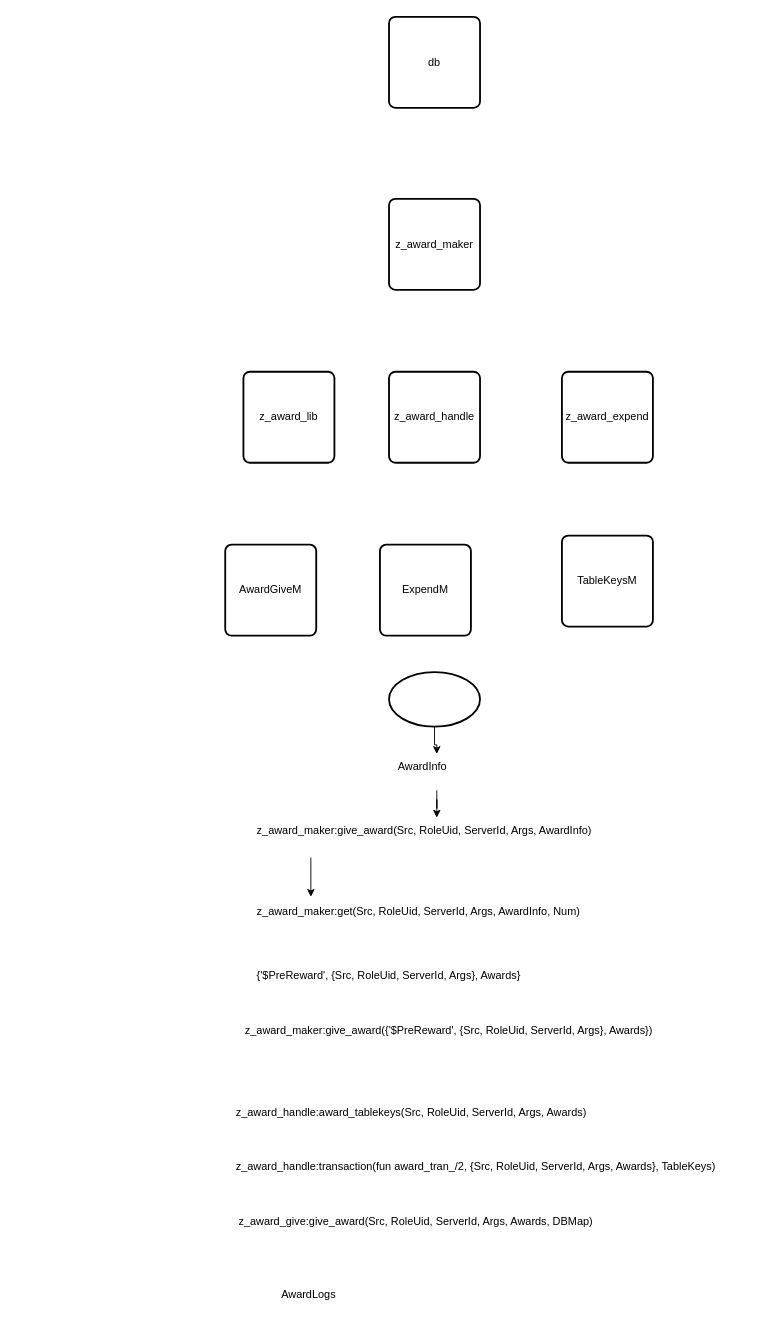
This is page "第 4 页" (4 of 4) of flowchart/业务流程.drawio from honghangzhi/diagrams, a draw.io file, before an edit. Source tidied: cells renumbered, new cells numbered last; positions are measured from the earlier drawing's top-left corner, leaving out a move shared by most shapes. Both pictures are drawn from the tidied source at 91%, with x=0, y=0 at pixel (225, 16).
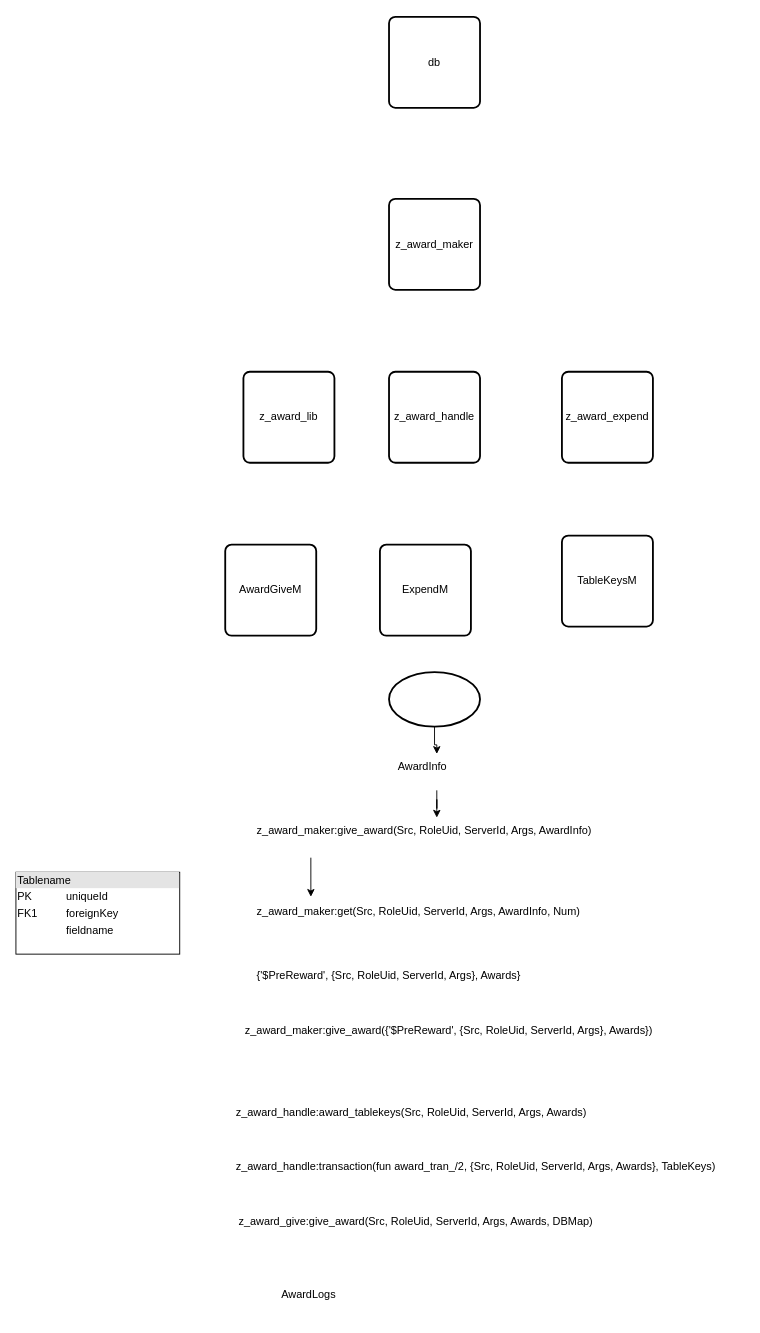
The same diagram, later.

Commit message:
更新业务流程.drawio

Diff of the diagram source:
```diff
@@
+    <mxCell id="23" value="&lt;div style=&quot;box-sizing:border-box;width:100%;background:#e4e4e4;padding:2px;&quot;&gt;Tablename&lt;/div&gt;&lt;table style=&quot;width:100%;font-size:1em;&quot; cellpadding=&quot;2&quot; cellspacing=&quot;0&quot;&gt;&lt;tr&gt;&lt;td&gt;PK&lt;/td&gt;&lt;td&gt;uniqueId&lt;/td&gt;&lt;/tr&gt;&lt;tr&gt;&lt;td&gt;FK1&lt;/td&gt;&lt;td&gt;foreignKey&lt;/td&gt;&lt;/tr&gt;&lt;tr&gt;&lt;td&gt;&lt;/td&gt;&lt;td&gt;fieldname&lt;/td&gt;&lt;/tr&gt;&lt;/table&gt;" style="verticalAlign=top;align=left;overflow=fill;html=1;whiteSpace=wrap;" parent="1" vertex="1">
+      <mxGeometry x="-230" y="940" width="180" height="90" as="geometry" />
+    </mxCell>
```
